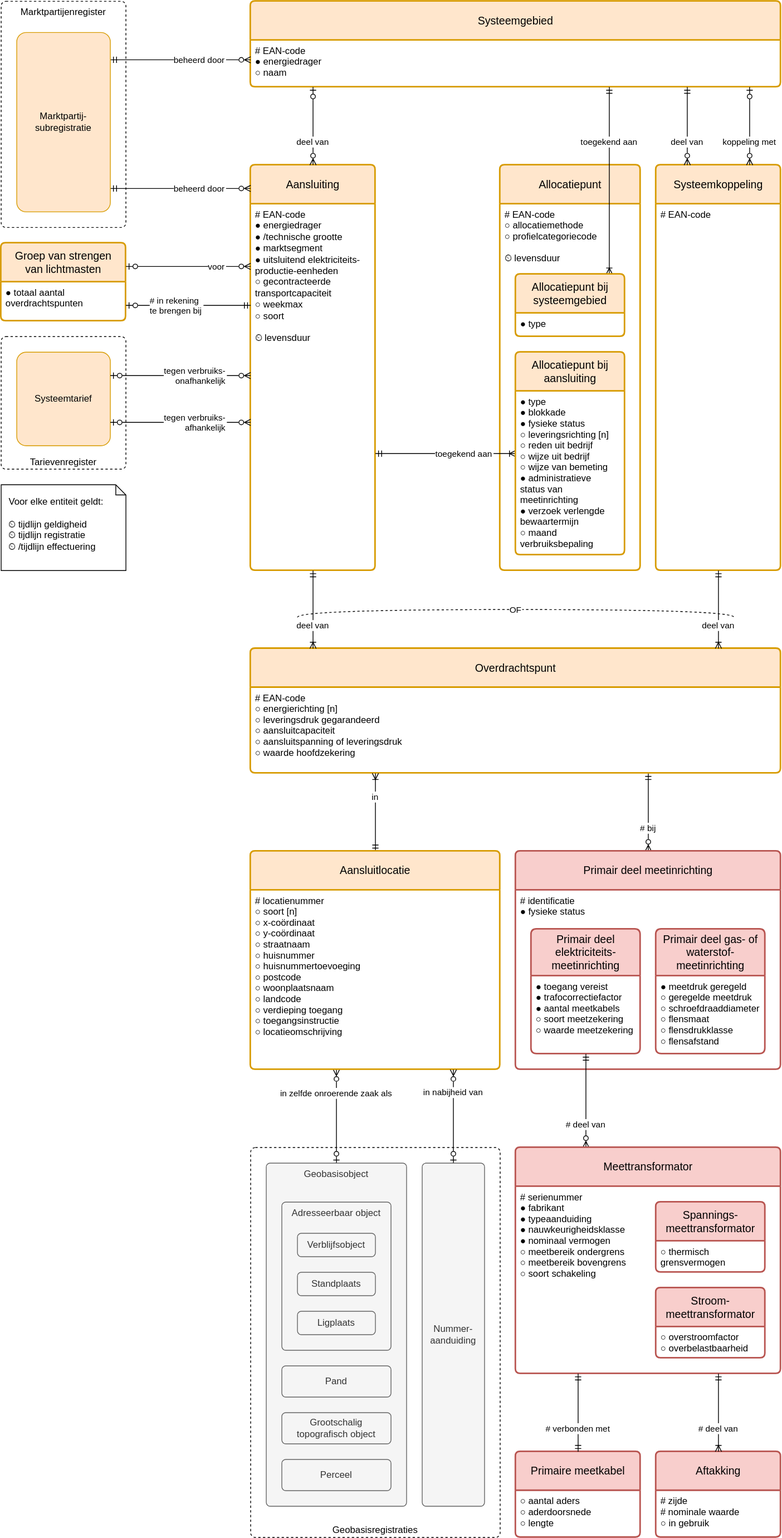
This is registers/aansluitingenregister/1.4/aansluitingenregister.drawio.svg from netbeheernederland/stelsel, a draw.io export, as it was before one commit. Source tidied: cells renumbered, new cells last; positions are measured from the earlier drawing's top-left corner, leaving out a move shared by most shapes.
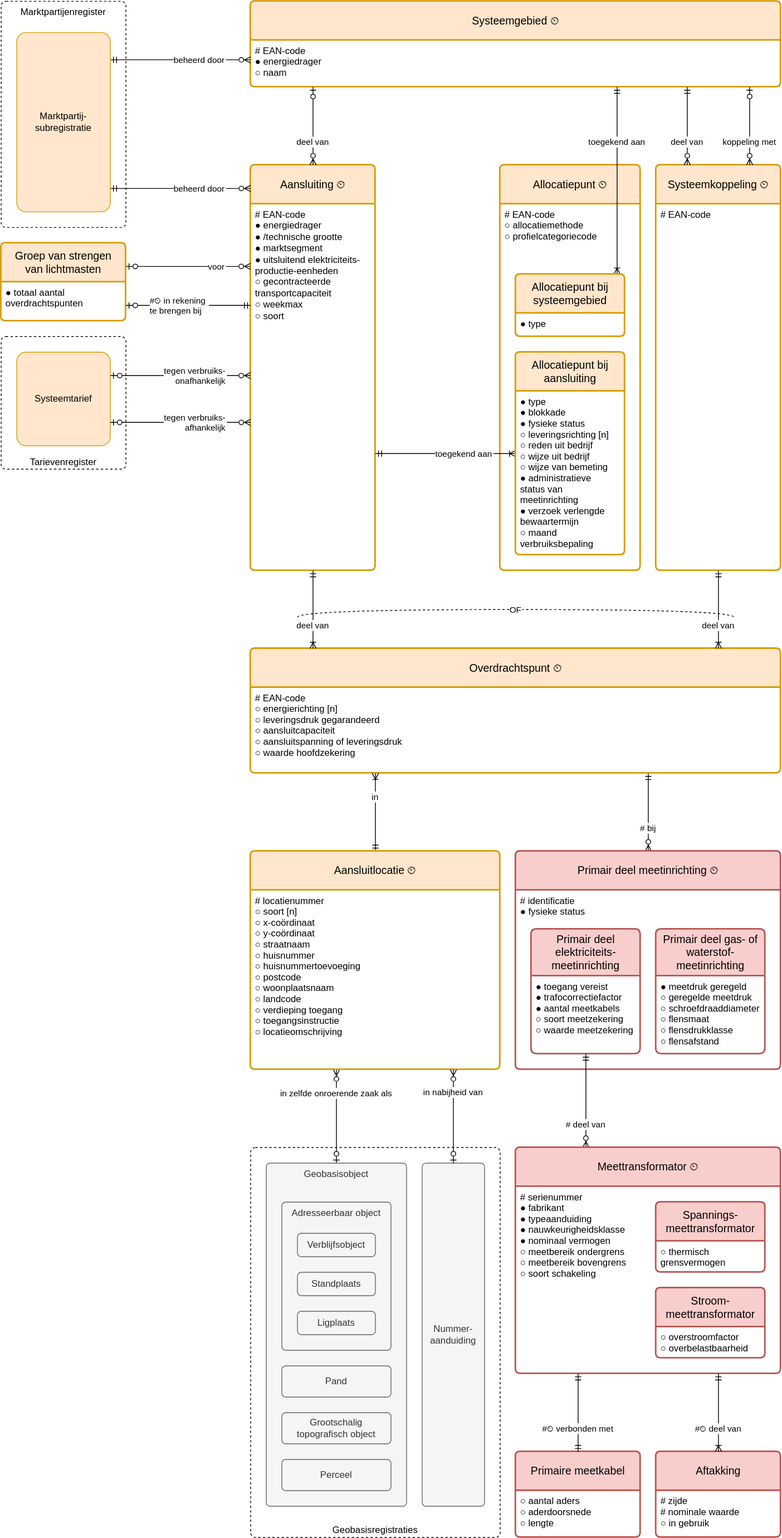
After the commit.

The edit, as a diff of the source:
```diff
@@ -11,19 +11,19 @@
     <mxCell id="4" value="Marktpartijenregister" style="rounded=1;whiteSpace=wrap;verticalAlign=top;sketch=0;fontSize=12;dashed=1;arcSize=12;absoluteArcSize=1;" parent="1" vertex="1">
       <mxGeometry width="160" height="290" as="geometry" />
     </mxCell>
-    <mxCell id="5" value="Aansluiting" style="swimlane;horizontal=1;startSize=50;rounded=1;fontSize=14;fontStyle=0;strokeWidth=2;shadow=0;dashed=0;align=center;arcSize=4;whiteSpace=wrap;fillColor=#ffe6cc;strokeColor=#d79b00;" parent="1" vertex="1">
+    <mxCell id="5" value="Aansluiting ⏲" style="swimlane;horizontal=1;startSize=50;rounded=1;fontSize=14;fontStyle=0;strokeWidth=2;shadow=0;dashed=0;align=center;arcSize=4;whiteSpace=wrap;fillColor=#ffe6cc;strokeColor=#d79b00;" parent="1" vertex="1">
       <mxGeometry x="320" y="210" width="160" height="520" as="geometry" />
     </mxCell>
-    <mxCell id="6" value="# EAN-code&lt;br&gt;●&amp;nbsp;energiedrager&lt;br&gt;● /technische grootte&lt;br&gt;●&amp;nbsp;marktsegment&lt;br&gt;● uitsluitend elektriciteits-&lt;br&gt;&amp;nbsp; &amp;nbsp;productie-eenheden&lt;br&gt;○ gecontracteerde&lt;br&gt;&amp;nbsp; &amp;nbsp;transportcapaciteit&lt;br&gt;○ weekmax&lt;br&gt;○ soort&lt;br&gt;&lt;br&gt;⏲ levensduur" style="align=left;strokeColor=none;fillColor=none;spacingLeft=4;fontSize=12;verticalAlign=top;fontColor=default;html=1;" parent="5" vertex="1">
+    <mxCell id="6" value="# EAN-code&lt;br&gt;●&amp;nbsp;energiedrager&lt;br&gt;● /technische grootte&lt;br&gt;●&amp;nbsp;marktsegment&lt;br&gt;● uitsluitend elektriciteits-&lt;br&gt;&amp;nbsp; &amp;nbsp;productie-eenheden&lt;br&gt;○ gecontracteerde&lt;br&gt;&amp;nbsp; &amp;nbsp;transportcapaciteit&lt;br&gt;○ weekmax&lt;br&gt;○ soort" style="align=left;strokeColor=none;fillColor=none;spacingLeft=4;fontSize=12;verticalAlign=top;fontColor=default;html=1;" parent="5" vertex="1">
       <mxGeometry y="50" width="160" height="470" as="geometry" />
     </mxCell>
-    <mxCell id="7" value="Allocatiepunt" style="swimlane;horizontal=1;startSize=50;rounded=1;fontSize=14;fontStyle=0;strokeWidth=2;shadow=0;dashed=0;align=center;arcSize=4;whiteSpace=wrap;fillColor=#ffe6cc;strokeColor=#d79b00;" parent="1" vertex="1">
+    <mxCell id="7" value="Allocatiepunt ⏲" style="swimlane;horizontal=1;startSize=50;rounded=1;fontSize=14;fontStyle=0;strokeWidth=2;shadow=0;dashed=0;align=center;arcSize=4;whiteSpace=wrap;fillColor=#ffe6cc;strokeColor=#d79b00;" parent="1" vertex="1">
       <mxGeometry x="640" y="210" width="180" height="520" as="geometry" />
     </mxCell>
-    <mxCell id="8" value="# EAN-code&#10;○ allocatiemethode&#10;○ profielcategoriecode&#10;&#10;⏲ levensduur" style="align=left;strokeColor=none;fillColor=none;spacingLeft=4;fontSize=12;verticalAlign=top;fontColor=default;" parent="7" vertex="1">
+    <mxCell id="8" value="# EAN-code&#10;○ allocatiemethode&#10;○ profielcategoriecode" style="align=left;strokeColor=none;fillColor=none;spacingLeft=4;fontSize=12;verticalAlign=top;fontColor=default;" parent="7" vertex="1">
       <mxGeometry y="50" width="180" height="470" as="geometry" />
     </mxCell>
-    <mxCell id="9" value="Overdrachtspunt" style="swimlane;horizontal=1;startSize=50;rounded=1;fontSize=14;fontStyle=0;strokeWidth=2;shadow=0;dashed=0;align=center;arcSize=4;whiteSpace=wrap;fillColor=#ffe6cc;strokeColor=#d79b00;" parent="1" vertex="1">
+    <mxCell id="9" value="Overdrachtspunt ⏲" style="swimlane;horizontal=1;startSize=50;rounded=1;fontSize=14;fontStyle=0;strokeWidth=2;shadow=0;dashed=0;align=center;arcSize=4;whiteSpace=wrap;fillColor=#ffe6cc;strokeColor=#d79b00;" parent="1" vertex="1">
       <mxGeometry x="320" y="830" width="680" height="160" as="geometry" />
     </mxCell>
     <mxCell id="10" value="# EAN-code&#10;○ energierichting [n]&#10;○ leveringsdruk gegarandeerd&#10;○ aansluitcapaciteit&#10;○ aansluitspanning of leveringsdruk&#10;○ waarde hoofdzekering" style="align=left;strokeColor=none;fillColor=none;spacingLeft=4;fontSize=12;verticalAlign=top;fontColor=default;" parent="9" vertex="1">
@@ -40,7 +40,7 @@
     <mxCell id="13" value="in" style="endArrow=ERoneToMany;rounded=0;endFill=0;startArrow=ERmandOne;startFill=0;edgeStyle=elbowEdgeStyle;" parent="1" edge="1" source="46" target="9">
       <mxGeometry x="0.4" relative="1" as="geometry" />
     </mxCell>
-    <mxCell id="14" value="Systeemgebied" style="swimlane;horizontal=1;startSize=50;rounded=1;fontSize=14;fontStyle=0;strokeWidth=2;shadow=0;dashed=0;align=center;fillColor=#ffe6cc;strokeColor=#d79b00;arcSize=4;whiteSpace=wrap;" parent="1" vertex="1">
+    <mxCell id="14" value="Systeemgebied ⏲" style="swimlane;horizontal=1;startSize=50;rounded=1;fontSize=14;fontStyle=0;strokeWidth=2;shadow=0;dashed=0;align=center;fillColor=#ffe6cc;strokeColor=#d79b00;arcSize=4;whiteSpace=wrap;" parent="1" vertex="1">
       <mxGeometry x="320" width="680" height="110" as="geometry" />
     </mxCell>
     <mxCell id="15" value="# EAN-code&#10;● energiedrager&#10;○ naam" style="align=left;strokeColor=none;fillColor=none;spacingLeft=4;fontSize=12;verticalAlign=top;fontColor=default;" parent="14" vertex="1">
@@ -52,7 +52,7 @@
     <mxCell id="17" value="toegekend aan" style="endArrow=ERmandOne;startArrow=ERoneToMany;rounded=0;startFill=0;endFill=0;verticalAlign=middle;strokeColor=default;align=center;edgeStyle=elbowEdgeStyle;" parent="1" edge="1" source="29" target="14">
       <mxGeometry x="0.42" relative="1" as="geometry">
         <Array as="points">
-          <mxPoint x="780" y="250" />
+          <mxPoint x="790" y="250" />
         </Array>
       </mxGeometry>
     </mxCell>
@@ -61,9 +61,6 @@
         <mxPoint x="-1" as="offset" />
       </mxGeometry>
     </mxCell>
-    <mxCell id="19" value="Voor elke entiteit geldt:&#10;&#10;⏲ tijdlijn geldigheid&#10;⏲ tijdlijn registratie&#10;⏲ /tijdlijn effectuering" style="shape=note;whiteSpace=wrap;backgroundOutline=1;darkOpacity=0.05;align=left;size=13;spacing=10;verticalAlign=top;" parent="1" vertex="1">
-      <mxGeometry y="620" width="160" height="110" as="geometry" />
-    </mxCell>
     <mxCell id="20" value="Groep van strengen van lichtmasten" style="swimlane;horizontal=1;startSize=50;rounded=1;fontSize=14;fontStyle=0;strokeWidth=2;shadow=0;dashed=0;align=center;fillColor=#ffe6cc;strokeColor=#d79b00;arcSize=4;whiteSpace=wrap;spacing=10;" parent="1" vertex="1">
       <mxGeometry y="310" width="160" height="100" as="geometry" />
     </mxCell>
@@ -78,7 +75,7 @@
         <mxPoint x="-1" as="offset" />
       </mxGeometry>
     </mxCell>
-    <mxCell id="23" value="# in rekening&#10;te brengen bij" style="endArrow=ERmandOne;rounded=0;edgeStyle=elbowEdgeStyle;endFill=0;startArrow=ERzeroToOne;startFill=0;align=left;elbow=vertical;" parent="1" edge="1" source="20" target="5">
+    <mxCell id="23" value="#⏲ in rekening&#10;te brengen bij" style="endArrow=ERmandOne;rounded=0;edgeStyle=elbowEdgeStyle;endFill=0;startArrow=ERzeroToOne;startFill=0;align=left;elbow=vertical;" parent="1" edge="1" source="20" target="5">
       <mxGeometry x="-0.62" relative="1" as="geometry">
         <Array as="points">
           <mxPoint x="240" y="390" />
@@ -91,7 +88,7 @@
         <mxPoint x="-1" as="offset" />
       </mxGeometry>
     </mxCell>
-    <mxCell id="25" value="Systeemkoppeling" style="swimlane;horizontal=1;startSize=50;rounded=1;fontSize=14;fontStyle=0;strokeWidth=2;shadow=0;dashed=0;align=center;fillColor=#ffe6cc;strokeColor=#d79b00;arcSize=4;whiteSpace=wrap;" parent="1" vertex="1">
+    <mxCell id="25" value="Systeemkoppeling ⏲" style="swimlane;horizontal=1;startSize=50;rounded=1;fontSize=14;fontStyle=0;strokeWidth=2;shadow=0;dashed=0;align=center;fillColor=#ffe6cc;strokeColor=#d79b00;arcSize=4;whiteSpace=wrap;" parent="1" vertex="1">
       <mxGeometry x="840" y="210" width="160" height="520" as="geometry" />
     </mxCell>
     <mxCell id="26" value="# EAN-code" style="align=left;strokeColor=none;fillColor=none;spacingLeft=4;fontSize=12;verticalAlign=top;fontColor=default;" parent="25" vertex="1">
@@ -142,7 +139,7 @@
     <mxCell id="36" value="Systeemtarief" style="rounded=1;arcSize=10;whiteSpace=wrap;align=center;fillColor=#ffe6cc;strokeColor=#d79b00;" parent="1" vertex="1">
       <mxGeometry x="20" y="450" width="120" height="120" as="geometry" />
     </mxCell>
-    <mxCell id="37" value="Primair deel meetinrichting" style="swimlane;horizontal=1;startSize=50;rounded=1;fontSize=14;fontStyle=0;strokeWidth=2;shadow=0;dashed=0;align=center;arcSize=4;whiteSpace=wrap;fillColor=#f8cecc;strokeColor=#b85450;" parent="1" vertex="1">
+    <mxCell id="37" value="Primair deel meetinrichting ⏲" style="swimlane;horizontal=1;startSize=50;rounded=1;fontSize=14;fontStyle=0;strokeWidth=2;shadow=0;dashed=0;align=center;arcSize=4;whiteSpace=wrap;fillColor=#f8cecc;strokeColor=#b85450;" parent="1" vertex="1">
       <mxGeometry x="660" y="1090" width="340" height="280" as="geometry" />
     </mxCell>
     <mxCell id="38" value="# identificatie&#10;● fysieke status" style="align=left;strokeColor=none;fillColor=none;spacingLeft=4;fontSize=12;verticalAlign=top;fontColor=default;sketch=0;" parent="37" vertex="1">
@@ -169,7 +166,7 @@
     <mxCell id="45" value="in zelfde onroerende zaak als" style="edgeStyle=elbowEdgeStyle;endArrow=ERzeroToMany;startArrow=ERzeroToOne;rounded=0;align=center;strokeColor=default;startFill=0;endFill=0;" parent="1" edge="1" source="50" target="46">
       <mxGeometry x="0.5" relative="1" as="geometry" />
     </mxCell>
-    <mxCell id="46" value="Aansluitlocatie" style="swimlane;horizontal=1;startSize=50;rounded=1;fontSize=14;fontStyle=0;strokeWidth=2;shadow=0;dashed=0;align=center;fillColor=#ffe6cc;strokeColor=#d79b00;arcSize=4;whiteSpace=wrap;" parent="1" vertex="1">
+    <mxCell id="46" value="Aansluitlocatie ⏲" style="swimlane;horizontal=1;startSize=50;rounded=1;fontSize=14;fontStyle=0;strokeWidth=2;shadow=0;dashed=0;align=center;fillColor=#ffe6cc;strokeColor=#d79b00;arcSize=4;whiteSpace=wrap;" parent="1" vertex="1">
       <mxGeometry x="320" y="1090" width="320" height="280" as="geometry" />
     </mxCell>
     <mxCell id="47" value="# locatienummer&#10;○ soort [n]&#10;○ x-coördinaat&#10;○ y-coördinaat&#10;○ straatnaam&#10;○ huisnummer&#10;○ huisnummertoevoeging&#10;○ postcode&#10;○ woonplaatsnaam&#10;○ landcode&#10;○ verdieping toegang&#10;○ toegangsinstructie&#10;○ locatieomschrijving" style="align=left;strokeColor=none;fillColor=none;spacingLeft=4;fontSize=12;verticalAlign=top;fontColor=default;" parent="46" vertex="1">
@@ -207,7 +204,7 @@
     <mxCell id="57" value="Grootschalig topografisch object" style="rounded=1;arcSize=10;whiteSpace=wrap;align=center;fillColor=#f5f5f5;fontColor=#333333;strokeColor=#666666;spacing=3;absoluteArcSize=1;" parent="1" vertex="1">
       <mxGeometry x="360" y="1810" width="140" height="40" as="geometry" />
     </mxCell>
-    <mxCell id="58" value="Meettransformator" style="swimlane;horizontal=1;startSize=50;rounded=1;fontSize=14;fontStyle=0;strokeWidth=2;shadow=0;dashed=0;align=center;arcSize=4;whiteSpace=wrap;fillColor=#f8cecc;strokeColor=#b85450;" parent="1" vertex="1">
+    <mxCell id="58" value="Meettransformator ⏲" style="swimlane;horizontal=1;startSize=50;rounded=1;fontSize=14;fontStyle=0;strokeWidth=2;shadow=0;dashed=0;align=center;arcSize=4;whiteSpace=wrap;fillColor=#f8cecc;strokeColor=#b85450;" parent="1" vertex="1">
       <mxGeometry x="660" y="1470" width="340" height="290" as="geometry" />
     </mxCell>
     <mxCell id="59" value="# serienummer&#10;● fabrikant&#10;● typeaanduiding&#10;● nauwkeurigheidsklasse&#10;● nominaal vermogen&#10;○ meetbereik ondergrens&#10;○ meetbereik bovengrens&#10;○ soort schakeling" style="align=left;strokeColor=none;fillColor=none;spacingLeft=4;fontSize=12;verticalAlign=top;fontColor=default;sketch=0;" parent="58" vertex="1">
@@ -219,7 +216,7 @@
     <mxCell id="61" value="# zijde&#10;# nominale waarde&#10;○ in gebruik" style="align=left;strokeColor=none;fillColor=none;spacingLeft=4;fontSize=12;verticalAlign=top;fontColor=default;sketch=0;" parent="60" vertex="1">
       <mxGeometry y="50" width="160" height="60" as="geometry" />
     </mxCell>
-    <mxCell id="62" value="# deel van" style="endArrow=ERmandOne;startArrow=ERoneToMany;rounded=0;startFill=0;endFill=0;edgeStyle=elbowEdgeStyle;verticalAlign=middle;strokeColor=default;align=center;sketch=0;" parent="1" edge="1" source="60" target="58">
+    <mxCell id="62" value="#⏲ deel van" style="endArrow=ERmandOne;startArrow=ERoneToMany;rounded=0;startFill=0;endFill=0;edgeStyle=elbowEdgeStyle;verticalAlign=middle;strokeColor=default;align=center;sketch=0;" parent="1" edge="1" source="60" target="58">
       <mxGeometry x="-0.4" relative="1" as="geometry" />
     </mxCell>
     <mxCell id="63" value="Primaire meetkabel" style="swimlane;horizontal=1;startSize=50;rounded=1;fontSize=14;fontStyle=0;strokeWidth=2;shadow=0;dashed=0;align=center;arcSize=4;whiteSpace=wrap;fillColor=#f8cecc;strokeColor=#b85450;" parent="1" vertex="1">
@@ -228,7 +225,7 @@
     <mxCell id="64" value="○ aantal aders&#10;○ aderdoorsnede&#10;○ lengte" style="align=left;strokeColor=none;fillColor=none;spacingLeft=4;fontSize=12;verticalAlign=top;fontColor=default;sketch=0;" parent="63" vertex="1">
       <mxGeometry y="50" width="160" height="60" as="geometry" />
     </mxCell>
-    <mxCell id="65" value="# verbonden met" style="endArrow=ERmandOne;rounded=0;endFill=0;startArrow=ERmandOne;startFill=0;edgeStyle=elbowEdgeStyle;align=center;" parent="1" edge="1" source="63" target="58">
+    <mxCell id="65" value="#⏲ verbonden met" style="endArrow=ERmandOne;rounded=0;endFill=0;startArrow=ERmandOne;startFill=0;edgeStyle=elbowEdgeStyle;align=center;" parent="1" edge="1" source="63" target="58">
       <mxGeometry x="-0.4" relative="1" as="geometry" />
     </mxCell>
     <mxCell id="66" value="Stroom-meettransformator" style="swimlane;horizontal=1;startSize=50;rounded=1;fontSize=14;fontStyle=0;strokeWidth=2;shadow=0;dashed=0;align=center;arcSize=4;whiteSpace=wrap;fillColor=#f8cecc;strokeColor=#b85450;" parent="1" vertex="1">
```
